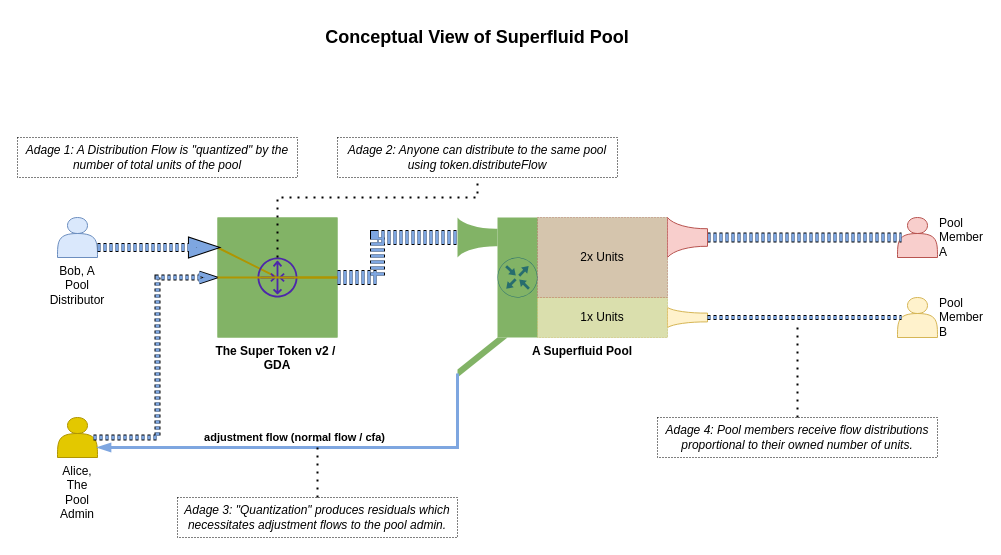
Before: page "Pool Overview" (1 of 2) of packages/solidity-semantic-money/docs/visuals.drawio in superfluid-finance/protocol-monorepo, a draw.io diagram. Source tidied: cells renumbered, new cells numbered last; positions are measured from the earlier drawing's top-left corner, leaving out a move shared by most shapes. Both pictures are drawn from the tidied source at 100%, with x=0, y=0 at pixel (17, 17).
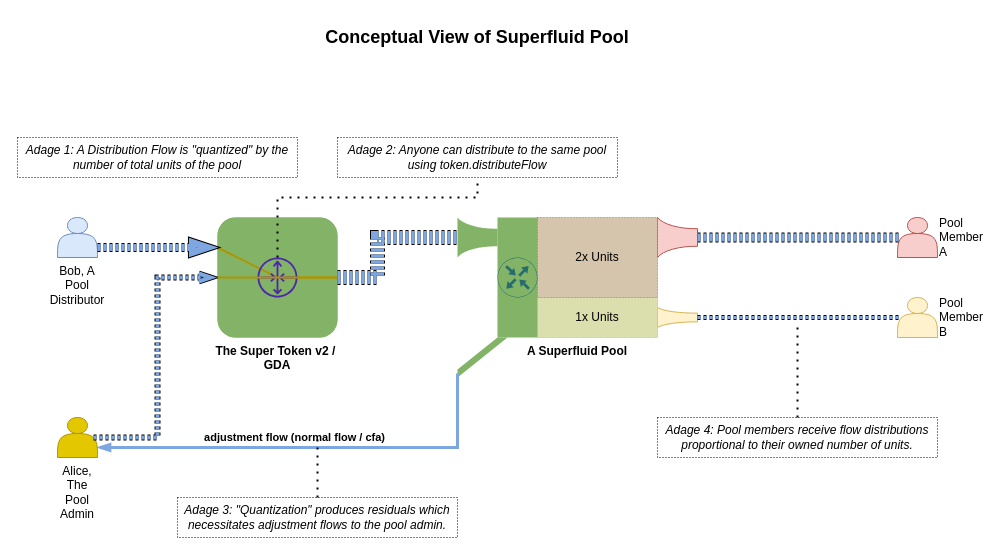
After the change.

The edit, as a diff of the source:
```diff
@@
-    <mxCell id="2" value="The Super Token v2 / &#10;GDA" style="group;strokeColor=none;fillColor=#82B366;labelPosition=center;verticalLabelPosition=bottom;align=center;verticalAlign=top;fontStyle=1;" parent="1" vertex="1">
+    <mxCell id="2" value="The Super Token v2 / &#10;GDA" style="group;strokeColor=none;fillColor=#82B366;labelPosition=center;verticalLabelPosition=bottom;align=center;verticalAlign=top;fontStyle=1;rounded=1;" parent="1" vertex="1">
       <mxGeometry x="200" y="200" width="120" height="120" as="geometry" />
     </mxCell>
-    <mxCell id="3" style="rounded=0;whiteSpace=wrap;html=1;fillColor=#82B366;strokeColor=none;labelPosition=center;verticalLabelPosition=bottom;align=center;verticalAlign=top;" parent="2" vertex="1">
+    <mxCell id="3" style="rounded=1;whiteSpace=wrap;html=1;fillColor=#82B366;strokeColor=none;labelPosition=center;verticalLabelPosition=bottom;align=center;verticalAlign=top;" parent="2" vertex="1">
       <mxGeometry width="120" height="120" as="geometry" />
     </mxCell>
@@
     <mxCell id="7" value="A Superfluid Pool" style="rounded=0;whiteSpace=wrap;html=1;fillColor=#82B366;strokeColor=none;labelPosition=center;verticalLabelPosition=bottom;align=center;verticalAlign=top;fontStyle=1;" parent="1" vertex="1">
-      <mxGeometry x="480" y="200" width="170" height="120" as="geometry" />
+      <mxGeometry x="480" y="200" width="160" height="120" as="geometry" />
     </mxCell>
@@
     <mxCell id="20" style="verticalLabelPosition=bottom;align=center;outlineConnect=0;dashed=0;html=1;verticalAlign=top;shape=mxgraph.pid.flow_sensors.flow_nozzle;strokeColor=#b85450;fillColor=#f8cecc;flipH=0;" parent="1" vertex="1">
-      <mxGeometry x="650" y="200" width="40" height="40" as="geometry" />
+      <mxGeometry x="640" y="200" width="40" height="40" as="geometry" />
     </mxCell>
     <mxCell id="21" style="verticalLabelPosition=bottom;align=center;outlineConnect=0;dashed=0;html=1;verticalAlign=top;shape=mxgraph.pid.flow_sensors.flow_nozzle;strokeColor=#d6b656;fillColor=#fff2cc;flipH=0;" parent="1" vertex="1">
-      <mxGeometry x="650" y="290" width="40" height="20" as="geometry" />
+      <mxGeometry x="640" y="290" width="40" height="20" as="geometry" />
     </mxCell>
@@
     <mxCell id="23" value="1x&amp;nbsp;Units" style="rounded=0;whiteSpace=wrap;html=1;dashed=1;dashPattern=1 2;strokeColor=#d6b656;fontSize=12;fillColor=#fff2cc;opacity=70;" parent="1" vertex="1">
-      <mxGeometry x="520" y="280" width="130" height="40" as="geometry" />
+      <mxGeometry x="520" y="280" width="120" height="40" as="geometry" />
     </mxCell>
     <mxCell id="24" value="2x Units" style="rounded=0;whiteSpace=wrap;html=1;dashed=1;dashPattern=1 2;strokeColor=#b85450;fontSize=12;fillColor=#f8cecc;opacity=70;" parent="1" vertex="1">
-      <mxGeometry x="520" y="200" width="130" height="80" as="geometry" />
+      <mxGeometry x="520" y="200" width="120" height="80" as="geometry" />
     </mxCell>
```
